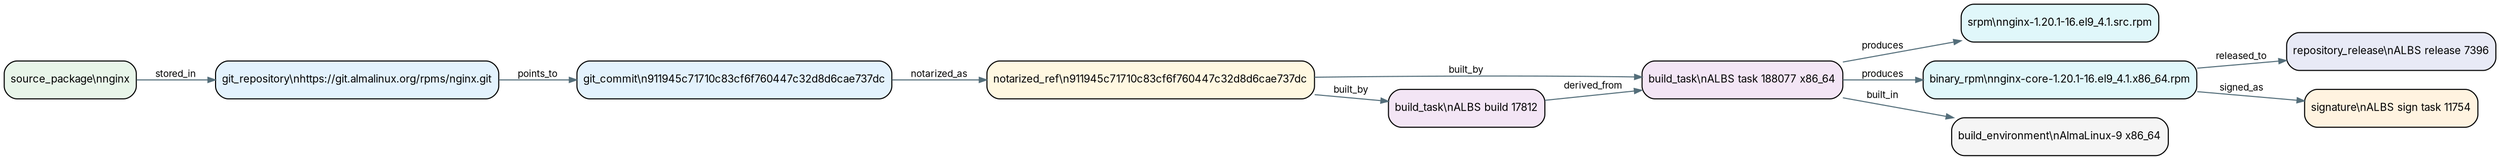
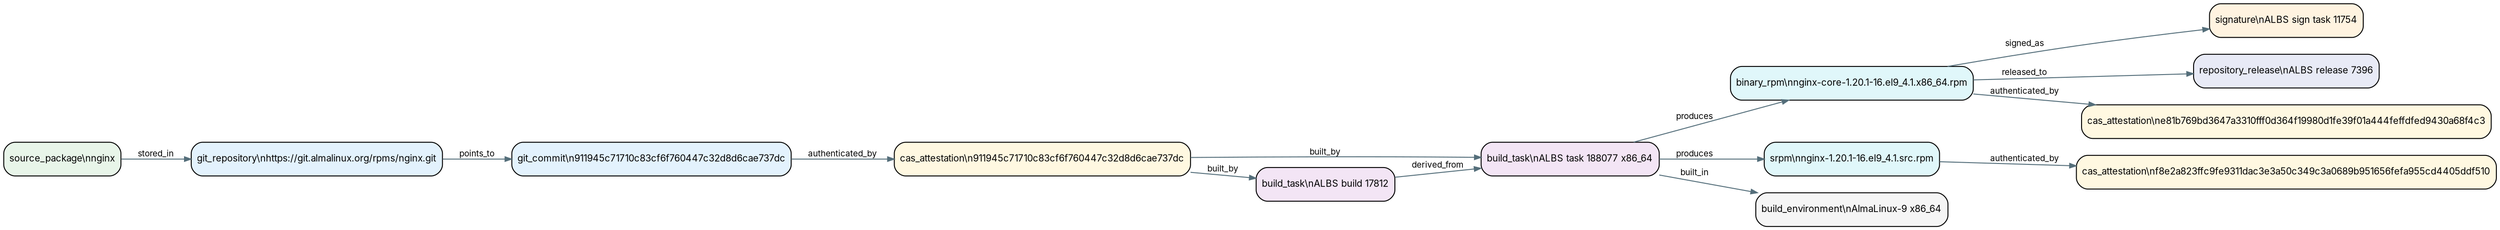
digraph albs_provenance {
  graph [rankdir=LR, bgcolor="white", fontname="Inter"];
  node [shape=box, style="rounded,filled", fontname="Inter", fontsize=10, margin="0.08,0.06"];
  edge [fontname="Inter", fontsize=9, color="#546E7A", arrowsize=0.7];
+   "src:nginx" [label="source_package\\nnginx", fillcolor="#E8F5E9"];
+   "sig:albs:11754" [label="signature\\nALBS sign task 11754", fillcolor="#FFF3E0"];
+   "rpm:3237140:nginx-core-1.20.1-16.el9_4.1.x86_64.rpm" [label="binary_rpm\\nnginx-core-1.20.1-16.el9_4.1.x86_64.rpm", fillcolor="#E0F7FA"];
  "srpm:3237035:nginx-1.20.1-16.el9_4.1.src.rpm" [label="srpm\\nnginx-1.20.1-16.el9_4.1.src.rpm", fillcolor="#E0F7FA"];
+   "repo-release:ALBS release 7396" [label="repository_release\\nALBS release 7396", fillcolor="#E8EAF6"];
+   "commit:nginx:911945c71710c83cf6f760447c32d8d6cae737dc" [label="git_commit\\n911945c71710c83cf6f760447c32d8d6cae737dc", fillcolor="#E3F2FD"];
+   "cas:artifact:e81b769bd3647a3310fff0d364f19980d1fe39f01a444feffdfed9430a68f4c3" [label="cas_attestation\\ne81b769bd3647a3310fff0d364f19980d1fe39f01a444feffdfed9430a68f4c3", fillcolor="#FFF8E1"];
+   "git:https://git.almalinux.org/rpms/nginx.git" [label="git_repository\\nhttps://git.almalinux.org/rpms/nginx.git", fillcolor="#E3F2FD"];
  "build:albs-task:188077" [label="build_task\\nALBS task 188077 x86_64", fillcolor="#F3E5F5"];
-   "rpm:3237140:nginx-core-1.20.1-16.el9_4.1.x86_64.rpm" [label="binary_rpm\\nnginx-core-1.20.1-16.el9_4.1.x86_64.rpm", fillcolor="#E0F7FA"];
+   "build:albs:17812" [label="build_task\\nALBS build 17812", fillcolor="#F3E5F5"];
  "buildenv:AlmaLinux-9:x86_64" [label="build_environment\\nAlmaLinux-9 x86_64", fillcolor="#F5F5F5"];
-   "repo-release:ALBS release 7396" [label="repository_release\\nALBS release 7396", fillcolor="#E8EAF6"];
-   "sig:albs:11754" [label="signature\\nALBS sign task 11754", fillcolor="#FFF3E0"];
-   "src:nginx" [label="source_package\\nnginx", fillcolor="#E8F5E9"];
-   "notary:immudb:nginx:911945c71710c83cf6f760447c32d8d6cae737dc" [label="notarized_ref\\n911945c71710c83cf6f760447c32d8d6cae737dc", fillcolor="#FFF8E1"];
-   "git:https://git.almalinux.org/rpms/nginx.git" [label="git_repository\\nhttps://git.almalinux.org/rpms/nginx.git", fillcolor="#E3F2FD"];
-   "commit:nginx:911945c71710c83cf6f760447c32d8d6cae737dc" [label="git_commit\\n911945c71710c83cf6f760447c32d8d6cae737dc", fillcolor="#E3F2FD"];
-   "build:albs:17812" [label="build_task\\nALBS build 17812", fillcolor="#F3E5F5"];
+   "cas:artifact:f8e2a823ffc9fe9311dac3e3a50c349c3a0689b951656fefa955cd4405ddf510" [label="cas_attestation\\nf8e2a823ffc9fe9311dac3e3a50c349c3a0689b951656fefa955cd4405ddf510", fillcolor="#FFF8E1"];
+   "cas:source:nginx:911945c71710c83cf6f760447c32d8d6cae737dc" [label="cas_attestation\\n911945c71710c83cf6f760447c32d8d6cae737dc", fillcolor="#FFF8E1"];
  "src:nginx" -> "git:https://git.almalinux.org/rpms/nginx.git" [label="stored_in"];
  "git:https://git.almalinux.org/rpms/nginx.git" -> "commit:nginx:911945c71710c83cf6f760447c32d8d6cae737dc" [label="points_to"];
-   "commit:nginx:911945c71710c83cf6f760447c32d8d6cae737dc" -> "notary:immudb:nginx:911945c71710c83cf6f760447c32d8d6cae737dc" [label="notarized_as"];
-   "notary:immudb:nginx:911945c71710c83cf6f760447c32d8d6cae737dc" -> "build:albs:17812" [label="built_by"];
-   "notary:immudb:nginx:911945c71710c83cf6f760447c32d8d6cae737dc" -> "build:albs-task:188077" [label="built_by"];
+   "commit:nginx:911945c71710c83cf6f760447c32d8d6cae737dc" -> "cas:source:nginx:911945c71710c83cf6f760447c32d8d6cae737dc" [label="authenticated_by"];
+   "cas:source:nginx:911945c71710c83cf6f760447c32d8d6cae737dc" -> "build:albs:17812" [label="built_by"];
+   "cas:source:nginx:911945c71710c83cf6f760447c32d8d6cae737dc" -> "build:albs-task:188077" [label="built_by"];
  "build:albs:17812" -> "build:albs-task:188077" [label="derived_from"];
  "build:albs-task:188077" -> "buildenv:AlmaLinux-9:x86_64" [label="built_in"];
  "build:albs-task:188077" -> "srpm:3237035:nginx-1.20.1-16.el9_4.1.src.rpm" [label="produces"];
+   "srpm:3237035:nginx-1.20.1-16.el9_4.1.src.rpm" -> "cas:artifact:f8e2a823ffc9fe9311dac3e3a50c349c3a0689b951656fefa955cd4405ddf510" [label="authenticated_by"];
  "build:albs-task:188077" -> "rpm:3237140:nginx-core-1.20.1-16.el9_4.1.x86_64.rpm" [label="produces"];
+   "rpm:3237140:nginx-core-1.20.1-16.el9_4.1.x86_64.rpm" -> "cas:artifact:e81b769bd3647a3310fff0d364f19980d1fe39f01a444feffdfed9430a68f4c3" [label="authenticated_by"];
  "rpm:3237140:nginx-core-1.20.1-16.el9_4.1.x86_64.rpm" -> "repo-release:ALBS release 7396" [label="released_to"];
  "rpm:3237140:nginx-core-1.20.1-16.el9_4.1.x86_64.rpm" -> "sig:albs:11754" [label="signed_as"];
}
